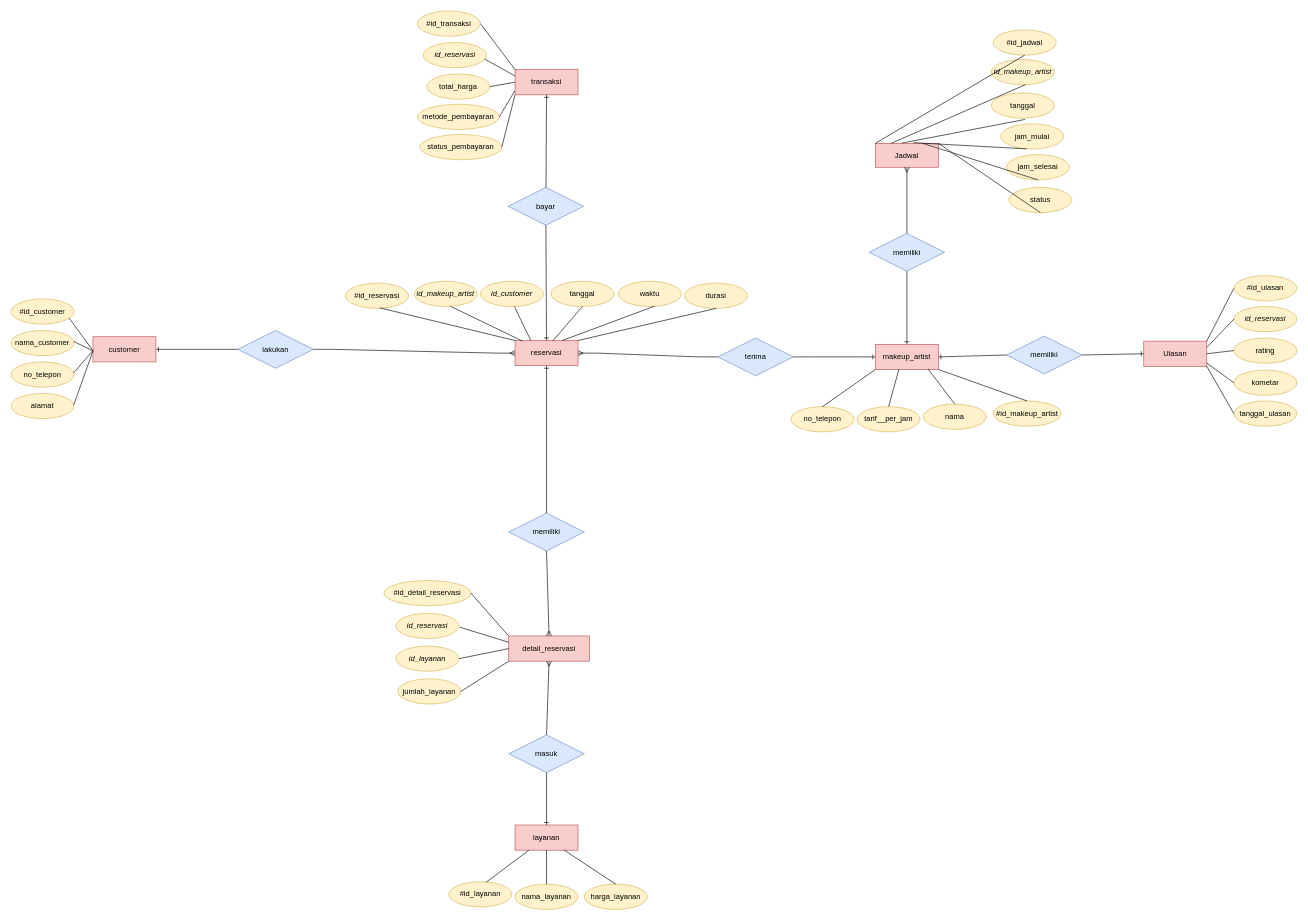
This is MinPro 1.drawio from k149191/Konsep-Basis-Data, a draw.io file, before an edit. Source tidied: cells renumbered, new cells numbered last; positions are measured from the earlier drawing's top-left corner, leaving out a move shared by most shapes. Both pictures are drawn from the tidied source at 63%, with x=0, y=0 at pixel (11, 11).
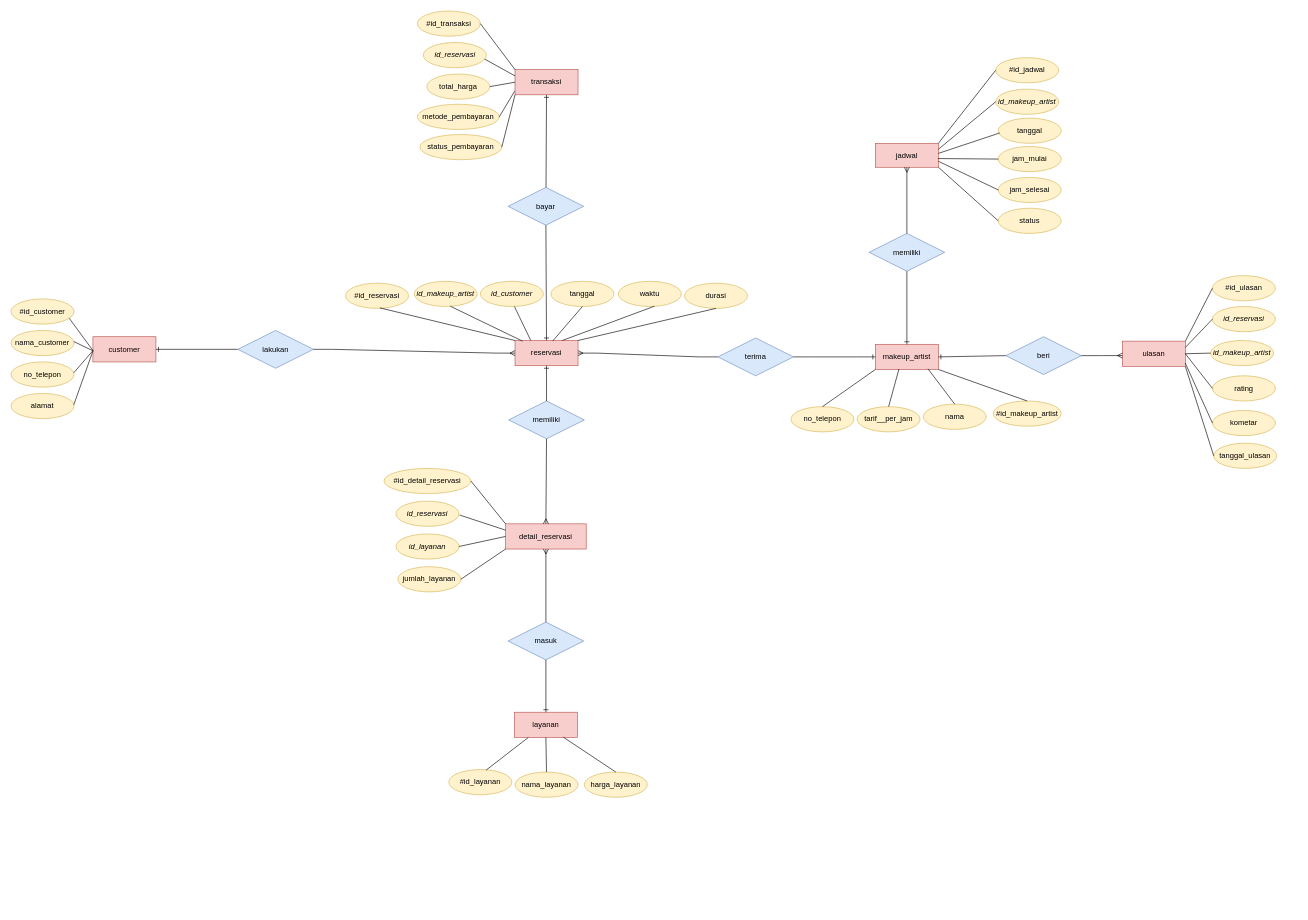
Above is the later version.

The edit, as a diff of the source:
```diff
@@
     <mxCell id="5" value="layanan" style="whiteSpace=wrap;html=1;align=center;fillColor=#f8cecc;strokeColor=#b85450;" parent="1" vertex="1">
-      <mxGeometry x="800" y="1292" width="100" height="40" as="geometry" />
+      <mxGeometry x="799" y="1113" width="100" height="40" as="geometry" />
     </mxCell>
@@
     <mxCell id="15" value="#id_layanan" style="ellipse;whiteSpace=wrap;html=1;align=center;fillColor=#fff2cc;strokeColor=#d6b656;" parent="1" vertex="1">
-      <mxGeometry x="695" y="1382" width="100" height="40" as="geometry" />
+      <mxGeometry x="695" y="1204" width="100" height="40" as="geometry" />
     </mxCell>
@@
     <mxCell id="30" value="nama_layanan" style="ellipse;whiteSpace=wrap;html=1;align=center;fillColor=#fff2cc;strokeColor=#d6b656;" parent="1" vertex="1">
-      <mxGeometry x="800" y="1386" width="100" height="40" as="geometry" />
+      <mxGeometry x="800" y="1208" width="100" height="40" as="geometry" />
     </mxCell>
     <mxCell id="31" value="harga_layanan" style="ellipse;whiteSpace=wrap;html=1;align=center;fillColor=#fff2cc;strokeColor=#d6b656;" parent="1" vertex="1">
-      <mxGeometry x="910" y="1386" width="100" height="40" as="geometry" />
+      <mxGeometry x="910" y="1208" width="100" height="40" as="geometry" />
     </mxCell>
     <mxCell id="32" value="detail_reservasi" style="whiteSpace=wrap;html=1;align=center;fillColor=#f8cecc;strokeColor=#b85450;" parent="1" vertex="1">
-      <mxGeometry x="790" y="992" width="128" height="40" as="geometry" />
+      <mxGeometry x="785" y="814" width="128" height="40" as="geometry" />
     </mxCell>
     <mxCell id="33" value="&lt;i&gt;id_reservasi&lt;/i&gt;" style="ellipse;whiteSpace=wrap;html=1;align=center;fillColor=#fff2cc;strokeColor=#d6b656;" parent="1" vertex="1">
-      <mxGeometry x="611" y="956" width="100" height="40" as="geometry" />
+      <mxGeometry x="611" y="778" width="100" height="40" as="geometry" />
     </mxCell>
     <mxCell id="34" value="&lt;i&gt;id_layanan&lt;/i&gt;" style="ellipse;whiteSpace=wrap;html=1;align=center;fillColor=#fff2cc;strokeColor=#d6b656;" parent="1" vertex="1">
-      <mxGeometry x="611" y="1008" width="100" height="40" as="geometry" />
+      <mxGeometry x="611" y="830" width="100" height="40" as="geometry" />
     </mxCell>
     <mxCell id="35" value="jumlah_layanan" style="ellipse;whiteSpace=wrap;html=1;align=center;fillColor=#fff2cc;strokeColor=#d6b656;" parent="1" vertex="1">
-      <mxGeometry x="614" y="1060" width="100" height="40" as="geometry" />
+      <mxGeometry x="614" y="882" width="100" height="40" as="geometry" />
     </mxCell>
     <mxCell id="36" value="masuk" style="shape=rhombus;perimeter=rhombusPerimeter;whiteSpace=wrap;html=1;align=center;fillColor=#dae8fc;strokeColor=#6c8ebf;" parent="1" vertex="1">
-      <mxGeometry x="790" y="1149" width="120" height="60" as="geometry" />
+      <mxGeometry x="789" y="970" width="120" height="60" as="geometry" />
     </mxCell>
     <mxCell id="37" value="memiliki" style="shape=rhombus;perimeter=rhombusPerimeter;whiteSpace=wrap;html=1;align=center;fillColor=#dae8fc;strokeColor=#6c8ebf;" parent="1" vertex="1">
-      <mxGeometry x="790" y="797" width="120" height="60" as="geometry" />
+      <mxGeometry x="790" y="619" width="120" height="60" as="geometry" />
     </mxCell>
@@
     <mxCell id="50" style="endArrow=none;html=1;rounded=0;entryX=0.221;entryY=1.001;entryDx=0;entryDy=0;entryPerimeter=0;" parent="1" edge="1" target="5">
       <mxGeometry relative="1" as="geometry">
-        <mxPoint x="754" y="1383" as="sourcePoint" />
+        <mxPoint x="754" y="1205" as="sourcePoint" />
       </mxGeometry>
     </mxCell>
@@
-    <mxCell id="59" value="Jadwal" style="whiteSpace=wrap;html=1;align=center;fillColor=#f8cecc;strokeColor=#b85450;" parent="1" vertex="1">
+    <mxCell id="59" value="jadwal" style="whiteSpace=wrap;html=1;align=center;fillColor=#f8cecc;strokeColor=#b85450;" parent="1" vertex="1">
       <mxGeometry x="1372" y="210" width="100" height="38" as="geometry" />
     </mxCell>
@@
-    <mxCell id="62" value="memiliki" style="shape=rhombus;perimeter=rhombusPerimeter;whiteSpace=wrap;html=1;align=center;fillColor=#dae8fc;strokeColor=#6c8ebf;" parent="1" vertex="1">
-      <mxGeometry x="1580" y="516" width="120" height="60" as="geometry" />
+    <mxCell id="62" value="beri" style="shape=rhombus;perimeter=rhombusPerimeter;whiteSpace=wrap;html=1;align=center;fillColor=#dae8fc;strokeColor=#6c8ebf;" parent="1" vertex="1">
+      <mxGeometry x="1579" y="517" width="120" height="60" as="geometry" />
     </mxCell>
-    <mxCell id="63" value="Ulasan" style="whiteSpace=wrap;html=1;align=center;fillColor=#f8cecc;strokeColor=#b85450;" parent="1" vertex="1">
-      <mxGeometry x="1798" y="524" width="100" height="40" as="geometry" />
+    <mxCell id="63" value="ulasan" style="whiteSpace=wrap;html=1;align=center;fillColor=#f8cecc;strokeColor=#b85450;" parent="1" vertex="1">
+      <mxGeometry x="1764" y="524" width="100" height="40" as="geometry" />
     </mxCell>
-    <mxCell id="64" style="fontSize=12;html=1;endArrow=ERone;endFill=1;rounded=0;exitX=1;exitY=0.5;exitDx=0;exitDy=0;entryX=0;entryY=0.5;entryDx=0;entryDy=0;" parent="1" edge="1" source="62" target="63">
-      <mxGeometry relative="1" as="geometry" />
-    </mxCell>
     <mxCell id="65" value="&lt;i&gt;id_makeup_artist&lt;/i&gt;" style="ellipse;whiteSpace=wrap;html=1;align=center;fillColor=#fff2cc;strokeColor=#d6b656;" parent="1" vertex="1">
-      <mxGeometry x="1556" y="77" width="100" height="40" as="geometry" />
+      <mxGeometry x="1563" y="124" width="100" height="40" as="geometry" />
     </mxCell>
     <mxCell id="66" value="jam_mulai" style="ellipse;whiteSpace=wrap;html=1;align=center;fillColor=#fff2cc;strokeColor=#d6b656;" parent="1" vertex="1">
-      <mxGeometry x="1571" y="179" width="100" height="40" as="geometry" />
+      <mxGeometry x="1567" y="215" width="100" height="40" as="geometry" />
     </mxCell>
     <mxCell id="67" value="jam_selesai" style="ellipse;whiteSpace=wrap;html=1;align=center;fillColor=#fff2cc;strokeColor=#d6b656;" parent="1" vertex="1">
-      <mxGeometry x="1580" y="228" width="100" height="40" as="geometry" />
+      <mxGeometry x="1567" y="264" width="100" height="40" as="geometry" />
     </mxCell>
     <mxCell id="68" value="status" style="ellipse;whiteSpace=wrap;html=1;align=center;fillColor=#fff2cc;strokeColor=#d6b656;" parent="1" vertex="1">
-      <mxGeometry x="1584" y="280" width="100" height="40" as="geometry" />
+      <mxGeometry x="1567" y="313" width="100" height="40" as="geometry" />
     </mxCell>
     <mxCell id="69" value="#id_jadwal" style="ellipse;whiteSpace=wrap;html=1;align=center;fillColor=#fff2cc;strokeColor=#d6b656;" parent="1" vertex="1">
-      <mxGeometry x="1559" y="30" width="100" height="40" as="geometry" />
+      <mxGeometry x="1563" y="74" width="100" height="40" as="geometry" />
     </mxCell>
     <mxCell id="70" value="tanggal" style="ellipse;whiteSpace=wrap;html=1;align=center;fillColor=#fff2cc;strokeColor=#d6b656;" parent="1" vertex="1">
-      <mxGeometry x="1556" y="130" width="100" height="40" as="geometry" />
+      <mxGeometry x="1567" y="170" width="100" height="40" as="geometry" />
     </mxCell>
     <mxCell id="71" value="kometar" style="ellipse;whiteSpace=wrap;html=1;align=center;fillColor=#fff2cc;strokeColor=#d6b656;" parent="1" vertex="1">
-      <mxGeometry x="1941" y="570" width="100" height="40" as="geometry" />
+      <mxGeometry x="1907" y="634" width="100" height="40" as="geometry" />
     </mxCell>
     <mxCell id="72" value="rating" style="ellipse;whiteSpace=wrap;html=1;align=center;fillColor=#fff2cc;strokeColor=#d6b656;" parent="1" vertex="1">
-      <mxGeometry x="1941" y="519" width="100" height="40" as="geometry" />
+      <mxGeometry x="1907" y="579" width="100" height="40" as="geometry" />
     </mxCell>
     <mxCell id="73" value="&lt;i&gt;id_reservasi&lt;/i&gt;" style="ellipse;whiteSpace=wrap;html=1;align=center;fillColor=#fff2cc;strokeColor=#d6b656;" parent="1" vertex="1">
-      <mxGeometry x="1941" y="469" width="100" height="40" as="geometry" />
+      <mxGeometry x="1907" y="469" width="100" height="40" as="geometry" />
     </mxCell>
     <mxCell id="74" value="#id_ulasan" style="ellipse;whiteSpace=wrap;html=1;align=center;fillColor=#fff2cc;strokeColor=#d6b656;" parent="1" vertex="1">
-      <mxGeometry x="1941" y="420" width="100" height="40" as="geometry" />
+      <mxGeometry x="1907" y="420" width="100" height="40" as="geometry" />
     </mxCell>
     <mxCell id="75" value="tanggal_ulasan" style="ellipse;whiteSpace=wrap;html=1;align=center;fillColor=#fff2cc;strokeColor=#d6b656;" parent="1" vertex="1">
-      <mxGeometry x="1941" y="619" width="100" height="40" as="geometry" />
+      <mxGeometry x="1909" y="686" width="100" height="40" as="geometry" />
     </mxCell>
@@
-    <mxCell id="81" style="endArrow=none;html=1;rounded=0;entryX=0.5;entryY=1;entryDx=0;entryDy=0;exitX=1;exitY=0;exitDx=0;exitDy=0;" parent="1" edge="1" source="59" target="68">
+    <mxCell id="81" style="endArrow=none;html=1;rounded=0;entryX=0;entryY=0.5;entryDx=0;entryDy=0;exitX=1;exitY=1;exitDx=0;exitDy=0;" parent="1" edge="1" source="59" target="68">
       <mxGeometry relative="1" as="geometry" />
     </mxCell>
-    <mxCell id="82" style="endArrow=none;html=1;rounded=0;exitX=0.75;exitY=0;exitDx=0;exitDy=0;entryX=0.5;entryY=1;entryDx=0;entryDy=0;" parent="1" edge="1" source="59" target="67">
+    <mxCell id="82" style="endArrow=none;html=1;rounded=0;exitX=1;exitY=0.75;exitDx=0;exitDy=0;entryX=0;entryY=0.5;entryDx=0;entryDy=0;" parent="1" edge="1" source="59" target="67">
       <mxGeometry relative="1" as="geometry" />
     </mxCell>
-    <mxCell id="83" style="endArrow=none;html=1;rounded=0;exitX=0.411;exitY=0.995;exitDx=0;exitDy=0;exitPerimeter=0;entryX=0.603;entryY=-0.028;entryDx=0;entryDy=0;entryPerimeter=0;" parent="1" edge="1" source="66" target="59">
+    <mxCell id="83" style="endArrow=none;html=1;rounded=0;exitX=0;exitY=0.5;exitDx=0;exitDy=0;entryX=0.992;entryY=0.636;entryDx=0;entryDy=0;entryPerimeter=0;" parent="1" edge="1" source="66" target="59">
       <mxGeometry relative="1" as="geometry" />
     </mxCell>
-    <mxCell id="84" style="endArrow=none;html=1;rounded=0;exitX=0.537;exitY=1.052;exitDx=0;exitDy=0;exitPerimeter=0;entryX=0.419;entryY=-0.01;entryDx=0;entryDy=0;entryPerimeter=0;" parent="1" edge="1" source="70" target="59">
-      <mxGeometry relative="1" as="geometry" />
+    <mxCell id="84" style="endArrow=none;html=1;rounded=0;exitX=0.024;exitY=0.589;exitDx=0;exitDy=0;exitPerimeter=0;" parent="1" edge="1" source="70">
+      <mxGeometry relative="1" as="geometry">
+        <mxPoint x="1472" y="226" as="targetPoint" />
+      </mxGeometry>
     </mxCell>
-    <mxCell id="85" style="endArrow=none;html=1;rounded=0;exitX=0.544;exitY=0.995;exitDx=0;exitDy=0;exitPerimeter=0;entryX=0.25;entryY=0;entryDx=0;entryDy=0;" parent="1" edge="1" source="65" target="59">
+    <mxCell id="85" style="endArrow=none;html=1;rounded=0;exitX=0;exitY=0.5;exitDx=0;exitDy=0;entryX=1;entryY=0.25;entryDx=0;entryDy=0;" parent="1" edge="1" source="65" target="59">
       <mxGeometry relative="1" as="geometry" />
     </mxCell>
-    <mxCell id="86" style="endArrow=none;html=1;rounded=0;exitX=0.5;exitY=1;exitDx=0;exitDy=0;entryX=0;entryY=0;entryDx=0;entryDy=0;" parent="1" edge="1" source="69" target="59">
+    <mxCell id="86" style="endArrow=none;html=1;rounded=0;exitX=0;exitY=0.5;exitDx=0;exitDy=0;entryX=1;entryY=0;entryDx=0;entryDy=0;" parent="1" edge="1" source="69" target="59">
       <mxGeometry relative="1" as="geometry" />
     </mxCell>
     <mxCell id="87" value="#id_detail_reservasi" style="ellipse;whiteSpace=wrap;html=1;align=center;fillColor=#fff2cc;strokeColor=#d6b656;" parent="1" vertex="1">
-      <mxGeometry x="592" y="904" width="138" height="40" as="geometry" />
+      <mxGeometry x="592" y="726" width="138" height="40" as="geometry" />
     </mxCell>
     <mxCell id="88" style="endArrow=none;html=1;rounded=0;entryX=0;entryY=0.25;entryDx=0;entryDy=0;" parent="1" edge="1" target="32">
       <mxGeometry relative="1" as="geometry">
-        <mxPoint x="712" y="978" as="sourcePoint" />
+        <mxPoint x="712" y="800" as="sourcePoint" />
       </mxGeometry>
     </mxCell>
@@
+    <mxCell id="105" value="&lt;i&gt;id_makeup_artist&lt;/i&gt;" style="ellipse;whiteSpace=wrap;html=1;align=center;fillColor=#fff2cc;strokeColor=#d6b656;" parent="1" vertex="1">
+      <mxGeometry x="1904" y="523" width="100" height="40" as="geometry" />
+    </mxCell>
+    <mxCell id="106" style="endArrow=none;html=1;rounded=0;entryX=0;entryY=0.5;entryDx=0;entryDy=0;exitX=1;exitY=0.5;exitDx=0;exitDy=0;" parent="1" edge="1" source="63" target="105">
+      <mxGeometry relative="1" as="geometry" />
+    </mxCell>
+    <mxCell id="64" style="edgeStyle=entityRelationEdgeStyle;fontSize=12;html=1;endArrow=ERmany;rounded=0;exitX=1;exitY=0.5;exitDx=0;exitDy=0;entryX=0.002;entryY=0.573;entryDx=0;entryDy=0;entryPerimeter=0;" parent="1" edge="1" source="62" target="63">
+      <mxGeometry relative="1" as="geometry" />
+    </mxCell>
```
